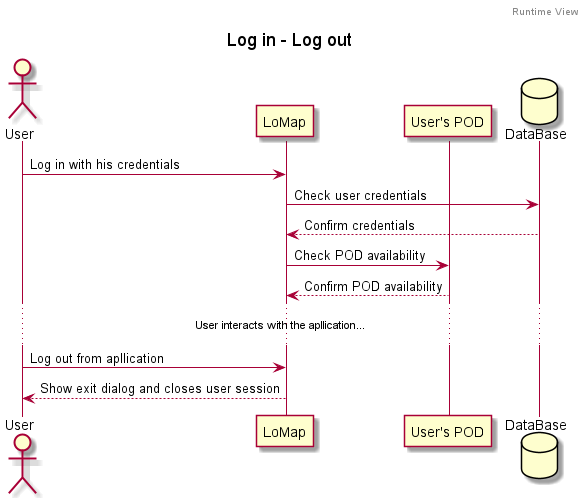
Arquisoft/lomap_es2c keeps this PlantUML diagram as images/Log in - log out sequence diagram.png. Above is the earlier version.
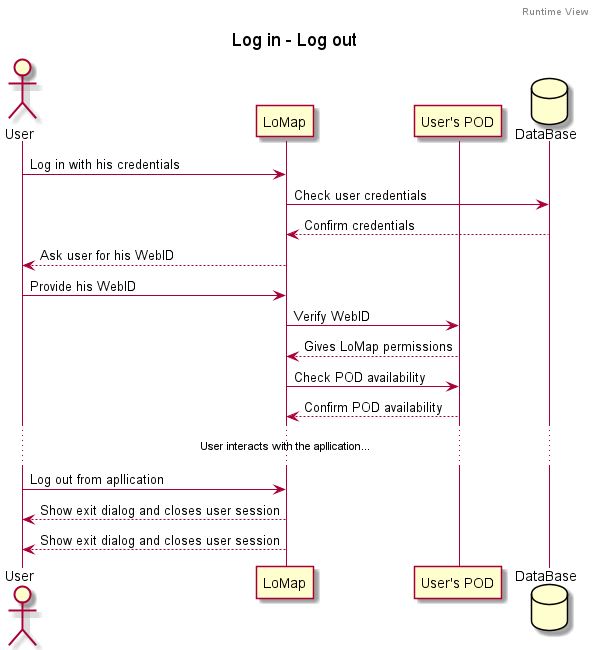
Above is the later version.

Change to the diagram source:
```diff
@@ -9,6 +9,14 @@
 User -> LoMap: Log in with his credentials
 LoMap -> DataBase: Check user credentials
 LoMap <-- DataBase: Confirm credentials
+
+
+User <-- LoMap: Ask user for his WebID
+User -> LoMap: Provide his WebID
+LoMap -> POD: Verify WebID
+LoMap <-- POD: Gives LoMap permissions
+
+
 LoMap -> POD: Check POD availability
 POD --> LoMap: Confirm POD availability
 
@@ -16,4 +24,5 @@
 
 User -> LoMap: Log out from apllication
 LoMap --> User: Show exit dialog and closes user session
+LoMap --> User: Show exit dialog and closes user session
 @enduml
```
